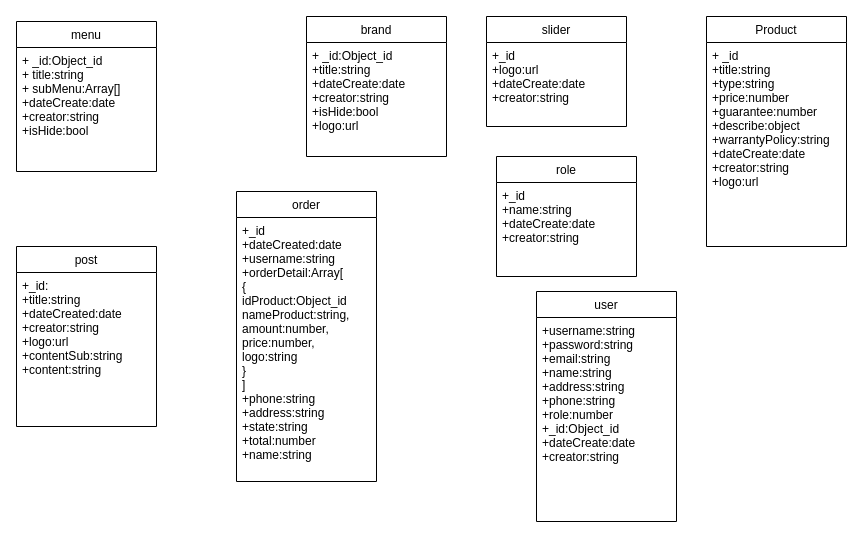
This is dongho.drawio from kanaza919/ChuDeNC_BackEnd, a draw.io file, before an edit. Source tidied: cells renumbered, new cells numbered last; positions are measured from the earlier drawing's top-left corner, leaving out a move shared by most shapes. Both pictures are drawn from the tidied source at 100%, with x=0, y=0 at pixel (16, 16).
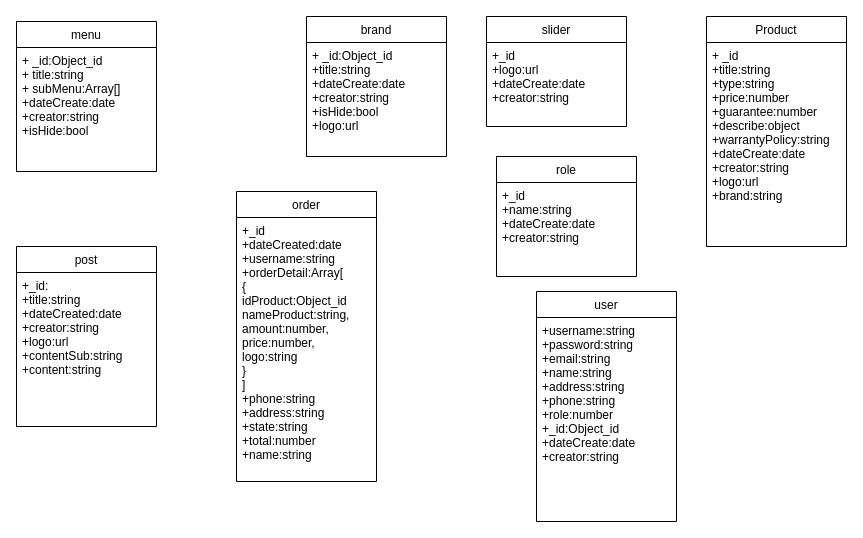
After the change.

What changed in the source:
```diff
@@
 <mxGraphModel background="#ffffff">
   <root>
     <mxCell id="0" />
     <mxCell id="1" parent="0" />
     <mxCell id="2" value="menu" style="swimlane;fontStyle=0;horizontal=1;startSize=26;fillColor=none;" parent="1" vertex="1">
       <mxGeometry y="5" width="140" height="150" as="geometry" />
     </mxCell>
     <mxCell id="3" value="+ _id:Object_id&#10;+ title:string&#10;+ subMenu:Array[]&#10;+dateCreate:date&#10;+creator:string&#10;+isHide:bool" style="text;strokeColor=none;fillColor=none;align=left;verticalAlign=top;spacingLeft=4;spacingRight=4;overflow=hidden;" parent="2" vertex="1">
       <mxGeometry y="26" width="140" height="124" as="geometry" />
     </mxCell>
     <mxCell id="4" value="brand" style="swimlane;fontStyle=0;horizontal=1;startSize=26;fillColor=none;" parent="1" vertex="1">
       <mxGeometry x="290" width="140" height="140" as="geometry" />
     </mxCell>
     <mxCell id="5" value="+ _id:Object_id&#10;+title:string&#10;+dateCreate:date&#10;+creator:string&#10;+isHide:bool&#10;+logo:url" style="text;strokeColor=none;fillColor=none;align=left;verticalAlign=top;spacingLeft=4;spacingRight=4;overflow=hidden;" parent="4" vertex="1">
       <mxGeometry y="26" width="140" height="114" as="geometry" />
     </mxCell>
     <mxCell id="6" value="user" style="swimlane;fontStyle=0;horizontal=1;startSize=26;fillColor=none;" parent="1" vertex="1">
       <mxGeometry x="520" y="275" width="140" height="230" as="geometry" />
     </mxCell>
     <mxCell id="7" value="+username:string&#10;+password:string&#10;+email:string&#10;+name:string&#10;+address:string&#10;+phone:string&#10;+role:number&#10;+_id:Object_id&#10;+dateCreate:date&#10;+creator:string" style="text;strokeColor=none;fillColor=none;align=left;verticalAlign=top;spacingLeft=4;spacingRight=4;overflow=hidden;" parent="6" vertex="1">
       <mxGeometry y="26" width="140" height="204" as="geometry" />
     </mxCell>
     <mxCell id="8" value="order" style="swimlane;fontStyle=0;horizontal=1;startSize=26;fillColor=none;" parent="1" vertex="1">
       <mxGeometry x="220" y="175" width="140" height="290" as="geometry" />
     </mxCell>
     <mxCell id="9" value="+_id&#10;+dateCreated:date&#10;+username:string&#10;+orderDetail:Array[&#10;{&#10;idProduct:Object_id&#10;nameProduct:string,&#10;amount:number,&#10;price:number,&#10;logo:string&#10;}&#10;]&#10;+phone:string&#10;+address:string&#10;+state:string&#10;+total:number&#10;+name:string" style="text;strokeColor=none;fillColor=none;align=left;verticalAlign=top;spacingLeft=4;spacingRight=4;overflow=hidden;" parent="8" vertex="1">
       <mxGeometry y="26" width="140" height="264" as="geometry" />
     </mxCell>
     <mxCell id="10" value="Product" style="swimlane;fontStyle=0;horizontal=1;startSize=26;fillColor=none;" parent="1" vertex="1">
       <mxGeometry x="690" width="140" height="230" as="geometry" />
     </mxCell>
-    <mxCell id="11" value="+ _id&#10;+title:string&#10;+type:string&#10;+price:number&#10;+guarantee:number&#10;+describe:object&#10;+warrantyPolicy:string&#10;+dateCreate:date&#10;+creator:string&#10;+logo:url" style="text;strokeColor=none;fillColor=none;align=left;verticalAlign=top;spacingLeft=4;spacingRight=4;overflow=hidden;" parent="10" vertex="1">
+    <mxCell id="11" value="+ _id&#10;+title:string&#10;+type:string&#10;+price:number&#10;+guarantee:number&#10;+describe:object&#10;+warrantyPolicy:string&#10;+dateCreate:date&#10;+creator:string&#10;+logo:url&#10;+brand:string" style="text;strokeColor=none;fillColor=none;align=left;verticalAlign=top;spacingLeft=4;spacingRight=4;overflow=hidden;" parent="10" vertex="1">
       <mxGeometry y="26" width="140" height="204" as="geometry" />
     </mxCell>
     <mxCell id="12" value="post" style="swimlane;fontStyle=0;horizontal=1;startSize=26;fillColor=none;" parent="1" vertex="1">
       <mxGeometry y="230" width="140" height="180" as="geometry" />
     </mxCell>
     <mxCell id="13" value="+_id:&#10;+title:string&#10;+dateCreated:date&#10;+creator:string&#10;+logo:url&#10;+contentSub:string&#10;+content:string&#10;" style="text;strokeColor=none;fillColor=none;align=left;verticalAlign=top;spacingLeft=4;spacingRight=4;overflow=hidden;" parent="12" vertex="1">
       <mxGeometry y="26" width="140" height="154" as="geometry" />
     </mxCell>
     <mxCell id="14" value="slider" style="swimlane;fontStyle=0;horizontal=1;startSize=26;fillColor=none;" parent="1" vertex="1">
       <mxGeometry x="470" width="140" height="110" as="geometry" />
     </mxCell>
     <mxCell id="15" value="+_id&#10;+logo:url&#10;+dateCreate:date&#10;+creator:string" style="text;strokeColor=none;fillColor=none;align=left;verticalAlign=top;spacingLeft=4;spacingRight=4;overflow=hidden;" parent="14" vertex="1">
       <mxGeometry y="26" width="140" height="84" as="geometry" />
     </mxCell>
     <mxCell id="16" value="role" style="swimlane;fontStyle=0;horizontal=1;startSize=26;fillColor=none;" parent="1" vertex="1">
       <mxGeometry x="480" y="140" width="140" height="120" as="geometry" />
     </mxCell>
     <mxCell id="17" value="+_id&#10;+name:string&#10;+dateCreate:date&#10;+creator:string" style="text;strokeColor=none;fillColor=none;align=left;verticalAlign=top;spacingLeft=4;spacingRight=4;overflow=hidden;" parent="16" vertex="1">
       <mxGeometry y="26" width="140" height="94" as="geometry" />
     </mxCell>
   </root>
 </mxGraphModel>
```
